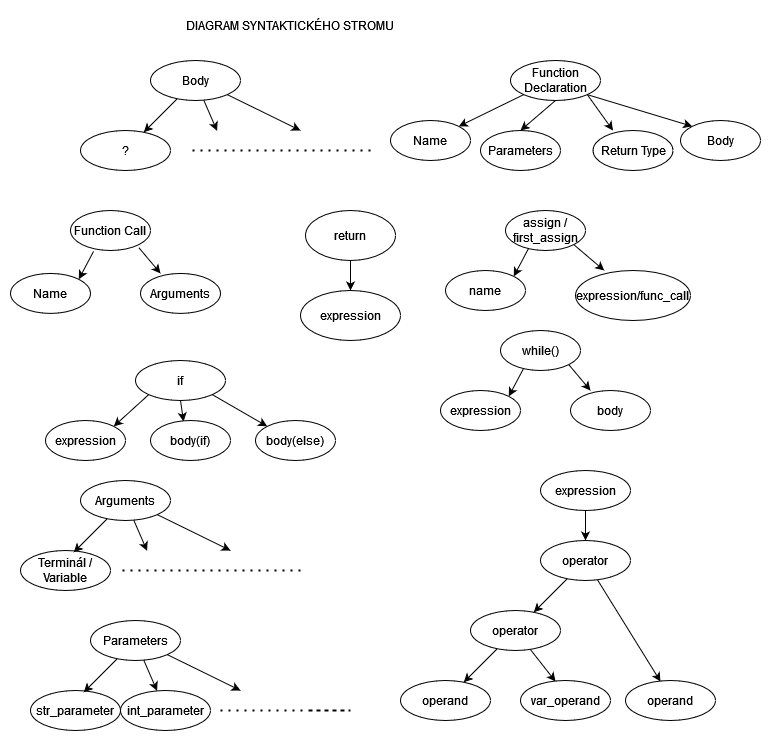
Earlier version of the draw.io export documents/tree_diagram.png (xpavlic/ifj-project-2022). Source tidied: cells renumbered, new cells last; positions are measured from the earlier drawing's top-left corner, leaving out a move shared by most shapes.
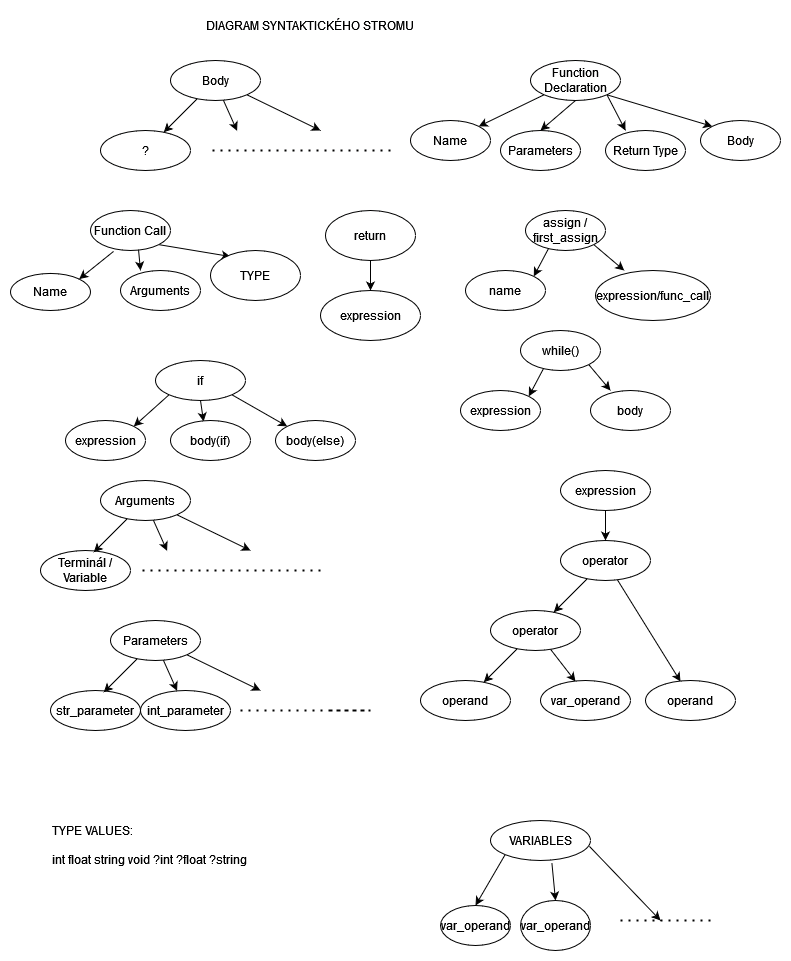
After the change.

Commit message:
syntax_tree: update

funccall now with return type

new node VARIABLES for variables used in the body

The edit, as a diff of the source:
```diff
@@ -56,19 +56,20 @@
         <mxPoint x="83" y="240.9" as="sourcePoint" />
       </mxGeometry>
     </mxCell>
-    <mxCell id="17" style="edgeStyle=none;rounded=0;jettySize=auto;html=1;exitX=1;exitY=1;exitDx=0;exitDy=0;entryX=0.25;entryY=0;entryDx=0;entryDy=0;entryPerimeter=0;" parent="1" edge="1" target="20">
-      <mxGeometry relative="1" as="geometry">
-        <mxPoint x="128.3" y="237.1" as="sourcePoint" />
-      </mxGeometry>
+    <mxCell id="17" style="edgeStyle=none;rounded=0;jettySize=auto;html=1;exitX=0.6;exitY=0.975;exitDx=0;exitDy=0;entryX=0.25;entryY=0;entryDx=0;entryDy=0;entryPerimeter=0;exitPerimeter=0;" parent="1" edge="1" source="18" target="20">
+      <mxGeometry relative="1" as="geometry" />
     </mxCell>
+    <mxCell id="67" style="rounded=0;jettySize=auto;html=1;exitX=1;exitY=1;exitDx=0;exitDy=0;entryX=0.222;entryY=0.121;entryDx=0;entryDy=0;entryPerimeter=0;" parent="1" edge="1" source="18" target="68">
+      <mxGeometry relative="1" as="geometry" />
+    </mxCell>
     <mxCell id="18" value="Function Call" style="ellipse;whiteSpace=wrap;html=1;" parent="1" vertex="1">
       <mxGeometry x="60" y="200" width="80" height="40" as="geometry" />
     </mxCell>
     <mxCell id="19" value="Name" style="ellipse;whiteSpace=wrap;html=1;" parent="1" vertex="1">
-      <mxGeometry y="262.9" width="80" height="40" as="geometry" />
+      <mxGeometry x="-20" y="262.9" width="80" height="37.1" as="geometry" />
     </mxCell>
     <mxCell id="20" value="Arguments" style="ellipse;whiteSpace=wrap;html=1;" parent="1" vertex="1">
-      <mxGeometry x="130" y="262.9" width="80" height="40" as="geometry" />
+      <mxGeometry x="90" y="260" width="80" height="40" as="geometry" />
     </mxCell>
     <mxCell id="21" style="edgeStyle=none;rounded=0;jettySize=auto;html=1;exitX=0.288;exitY=0.95;exitDx=0;exitDy=0;entryX=1;entryY=0;entryDx=0;entryDy=0;exitPerimeter=0;" parent="1" edge="1" source="23" target="24">
       <mxGeometry relative="1" as="geometry" />
@@ -187,7 +188,7 @@
       <mxGeometry x="615" y="670" width="90" height="40" as="geometry" />
     </mxCell>
     <mxCell id="56" value="Return Type" style="ellipse;whiteSpace=wrap;html=1;" parent="1" vertex="1">
-      <mxGeometry x="582.5" y="120" width="80" height="40" as="geometry" />
+      <mxGeometry x="575" y="120" width="80" height="40" as="geometry" />
     </mxCell>
     <mxCell id="57" value="Parameters" style="ellipse;whiteSpace=wrap;html=1;" parent="1" vertex="1">
       <mxGeometry x="80" y="610" width="90" height="40" as="geometry" />
@@ -231,5 +232,37 @@
     <mxCell id="66" value="DIAGRAM SYNTAKTICKÉHO STROMU" style="text;html=1;strokeColor=none;fillColor=none;align=center;verticalAlign=middle;whiteSpace=wrap;rounded=0;" parent="1" vertex="1">
       <mxGeometry x="110" width="340" height="30" as="geometry" />
     </mxCell>
+    <mxCell id="68" value="TYPE" style="ellipse;whiteSpace=wrap;html=1;" parent="1" vertex="1">
+      <mxGeometry x="180" y="240" width="90" height="50" as="geometry" />
+    </mxCell>
+    <mxCell id="69" value="&lt;div align=&quot;left&quot;&gt;TYPE VALUES:&lt;br&gt;&lt;/div&gt;&lt;br&gt;int float string void ?int ?float ?string" style="text;html=1;strokeColor=none;fillColor=none;align=left;verticalAlign=middle;whiteSpace=wrap;rounded=0;" parent="1" vertex="1">
+      <mxGeometry x="20" y="760" width="260" height="150" as="geometry" />
+    </mxCell>
+    <mxCell id="70" style="edgeStyle=none;rounded=0;jettySize=auto;html=1;exitX=0;exitY=1;exitDx=0;exitDy=0;entryX=0.5;entryY=0;entryDx=0;entryDy=0;" parent="1" edge="1" source="73" target="74">
+      <mxGeometry relative="1" as="geometry" />
+    </mxCell>
+    <mxCell id="71" style="edgeStyle=none;rounded=0;jettySize=auto;html=1;exitX=0.614;exitY=1.063;exitDx=0;exitDy=0;entryX=0.5;entryY=0;entryDx=0;entryDy=0;exitPerimeter=0;" parent="1" edge="1" source="73" target="75">
+      <mxGeometry relative="1" as="geometry" />
+    </mxCell>
+    <mxCell id="72" style="edgeStyle=none;rounded=0;jettySize=auto;html=1;exitX=0.989;exitY=0.646;exitDx=0;exitDy=0;exitPerimeter=0;" parent="1" edge="1" source="73">
+      <mxGeometry relative="1" as="geometry">
+        <mxPoint x="630" y="910" as="targetPoint" />
+      </mxGeometry>
+    </mxCell>
+    <mxCell id="73" value="VARIABLES" style="ellipse;whiteSpace=wrap;html=1;" parent="1" vertex="1">
+      <mxGeometry x="460" y="810" width="100" height="40" as="geometry" />
+    </mxCell>
+    <mxCell id="74" value="var_operand" style="ellipse;whiteSpace=wrap;html=1;" parent="1" vertex="1">
+      <mxGeometry x="410" y="895" width="70" height="40" as="geometry" />
+    </mxCell>
+    <mxCell id="75" value="var_operand" style="ellipse;whiteSpace=wrap;html=1;" parent="1" vertex="1">
+      <mxGeometry x="490" y="890" width="70" height="50" as="geometry" />
+    </mxCell>
+    <mxCell id="76" style="endArrow=none;dashed=1;html=1;dashPattern=1 3;strokeWidth=2;rounded=0;" parent="1" edge="1">
+      <mxGeometry relative="1" as="geometry">
+        <mxPoint x="680" y="910" as="sourcePoint" />
+        <mxPoint x="590" y="910" as="targetPoint" />
+      </mxGeometry>
+    </mxCell>
   </root>
 </mxGraphModel>
```
